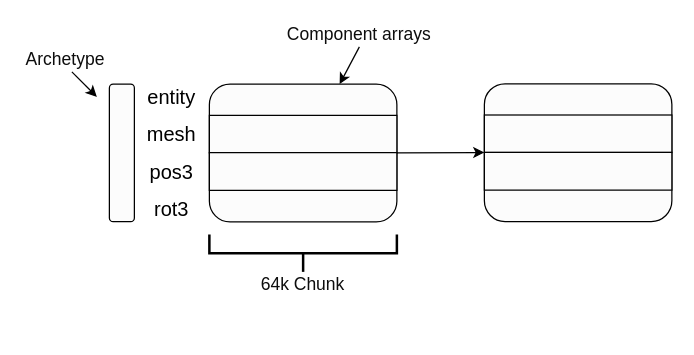
The draw.io diagram page "Page-2" (2 of 3) of ECS/ECS_Layout_Lists_of_Arrays.drawio in PaperPrototype/flowchart-diagrams, before the edit. Source tidied: cells renumbered, new cells numbered last; positions are measured from the earlier drawing's top-left corner, leaving out a move shared by most shapes. Both pictures are drawn from the tidied source at 125%, with x=0, y=0 at pixel (21, 21).
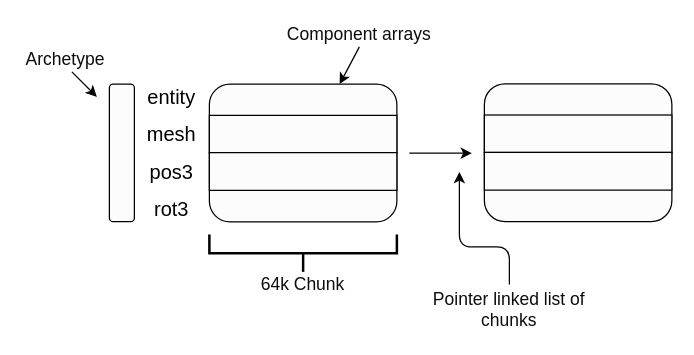
After the change.

Unchanged cells that the change refers to:
```xml
<mxCell id="4" style="rounded=0;whiteSpace=wrap;html=1;strokeColor=#000000;strokeWidth=1;fillColor=#FCFCFC;fontSize=14;fontColor=#0D0D0D;" parent="1" vertex="1">
  <mxGeometry x="150" y="74.8" width="150" height="30" as="geometry" />
</mxCell>
<mxCell id="15" style="rounded=0;whiteSpace=wrap;html=1;strokeColor=#000000;strokeWidth=1;fillColor=#FCFCFC;fontSize=14;fontColor=#0D0D0D;" parent="1" vertex="1">
  <mxGeometry x="370" y="74.5" width="150" height="30" as="geometry" />
</mxCell>
```

Diff of the diagram source:
```diff
@@
-    <mxCell id="17" style="endArrow=classic;html=1;strokeWidth=1;fontSize=14;fontColor=#0D0D0D;exitX=1;exitY=1;exitDx=0;exitDy=0;entryX=0;entryY=1;entryDx=0;entryDy=0;" parent="1" edge="1" source="4" target="15">
-      <mxGeometry relative="1" as="geometry" />
+    <mxCell id="17" style="endArrow=classic;html=1;strokeWidth=1;fontSize=14;fontColor=#0D0D0D;" parent="1" edge="1">
+      <mxGeometry relative="1" as="geometry">
+        <mxPoint x="310" y="105" as="sourcePoint" />
+        <mxPoint x="360" y="105" as="targetPoint" />
+      </mxGeometry>
     </mxCell>
@@
+    <mxCell id="20" style="edgeStyle=elbowEdgeStyle;elbow=vertical;endArrow=classic;html=1;strokeWidth=1;fontSize=14;fontColor=#0D0D0D;" parent="1" edge="1">
+      <mxGeometry relative="1" as="geometry">
+        <mxPoint x="390" y="210" as="sourcePoint" />
+        <mxPoint x="350" y="120" as="targetPoint" />
+        <Array as="points">
+          <mxPoint x="370" y="180" />
+        </Array>
+      </mxGeometry>
+    </mxCell>
+    <mxCell id="21" value="Pointer linked list of chunks" style="text;html=1;strokeColor=none;fillColor=none;align=center;verticalAlign=middle;whiteSpace=wrap;rounded=0;fontSize=14;fontColor=#0D0D0D;" parent="1" vertex="1">
+      <mxGeometry x="320" y="210" width="140" height="40" as="geometry" />
+    </mxCell>
```
